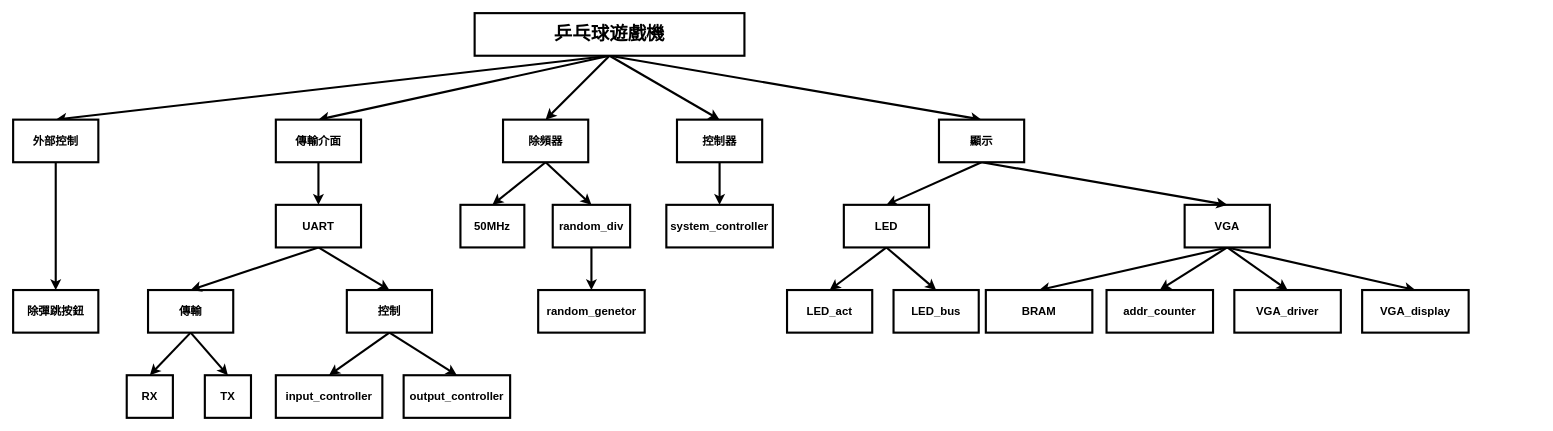
HOURFA/LAB_pingponggame keeps this draw.io diagram as page "Breakdown" (1 of 7) of drawio/FPGA_PINGPONGGAME.drawio. Above is the earlier version. Source tidied: cells renumbered, new cells numbered last; positions are measured from the earlier drawing's top-left corner, leaving out a move shared by most shapes. Both pictures are drawn from the tidied source at 71%, with x=0, y=0 at pixel (13, 13).
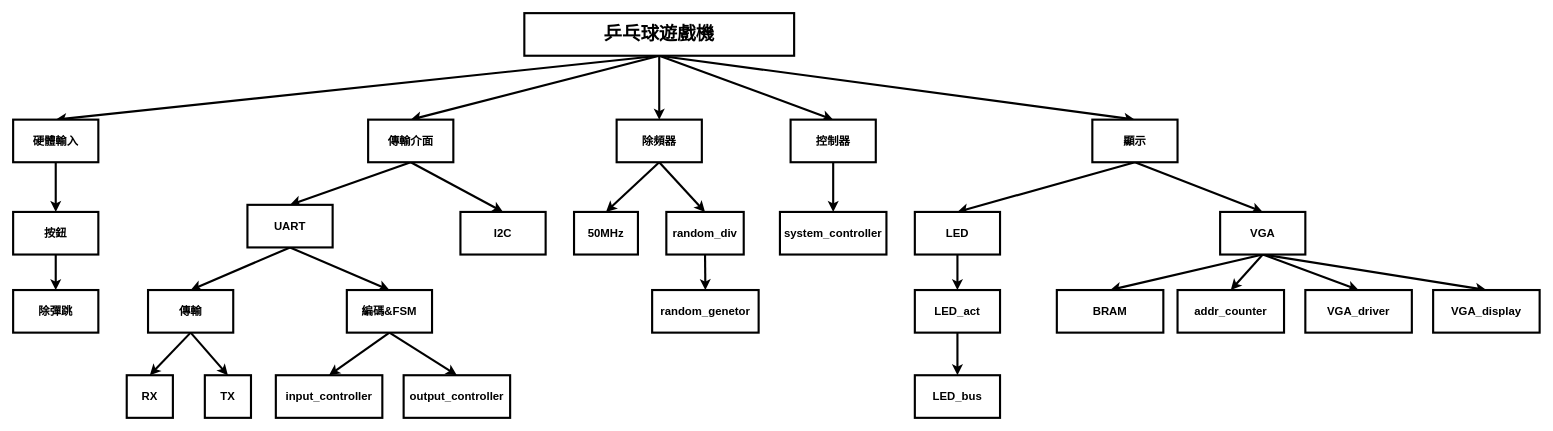
After the change.

What changed in the source:
```diff
@@
     <mxCell id="7" value="&lt;font style=&quot;font-size: 26px;&quot;&gt;乒乓球遊戲機&lt;/font&gt;" style="rounded=0;whiteSpace=wrap;html=1;fontStyle=1;strokeWidth=3;fontSize=16;" parent="1" vertex="1">
-      <mxGeometry x="650" width="380" height="60" as="geometry" />
+      <mxGeometry x="720" width="380" height="60" as="geometry" />
     </mxCell>
@@
-    <mxCell id="9" value="外部控制" style="rounded=0;whiteSpace=wrap;html=1;fontStyle=1;strokeWidth=3;fontSize=16;" parent="1" vertex="1">
+    <mxCell id="9" value="硬體輸入" style="rounded=0;whiteSpace=wrap;html=1;fontStyle=1;strokeWidth=3;fontSize=16;" parent="1" vertex="1">
       <mxGeometry y="150" width="120" height="60" as="geometry" />
     </mxCell>
@@
+    <mxCell id="53" style="rounded=0;jettySize=auto;html=1;exitX=0.5;exitY=1;exitDx=0;exitDy=0;entryX=0.5;entryY=0;entryDx=0;entryDy=0;strokeWidth=3;" parent="1" edge="1" source="11" target="56">
+      <mxGeometry relative="1" as="geometry" />
+    </mxCell>
     <mxCell id="11" value="傳輸介面" style="rounded=0;whiteSpace=wrap;html=1;fontStyle=1;strokeWidth=3;fontSize=16;" parent="1" vertex="1">
-      <mxGeometry x="370" y="150" width="120" height="60" as="geometry" />
+      <mxGeometry x="500" y="150" width="120" height="60" as="geometry" />
     </mxCell>
@@
     <mxCell id="14" value="除頻器" style="rounded=0;whiteSpace=wrap;html=1;fontStyle=1;strokeWidth=3;fontSize=16;" parent="1" vertex="1">
-      <mxGeometry x="690" y="150" width="120" height="60" as="geometry" />
+      <mxGeometry x="850" y="150" width="120" height="60" as="geometry" />
     </mxCell>
@@
     <mxCell id="16" value="控制器" style="rounded=0;whiteSpace=wrap;html=1;fontStyle=1;strokeWidth=3;fontSize=16;" parent="1" vertex="1">
-      <mxGeometry x="935" y="150" width="120" height="60" as="geometry" />
+      <mxGeometry x="1095" y="150" width="120" height="60" as="geometry" />
     </mxCell>
     <mxCell id="17" value="system_controller" style="rounded=0;whiteSpace=wrap;html=1;fontStyle=1;strokeWidth=3;fontSize=16;" parent="1" vertex="1">
-      <mxGeometry x="920" y="270" width="150" height="60" as="geometry" />
+      <mxGeometry x="1080" y="280" width="150" height="60" as="geometry" />
     </mxCell>
     <mxCell id="18" value="50MHz" style="rounded=0;whiteSpace=wrap;html=1;fontStyle=1;strokeWidth=3;fontSize=16;" parent="1" vertex="1">
-      <mxGeometry x="630" y="270" width="90" height="60" as="geometry" />
+      <mxGeometry x="790" y="280" width="90" height="60" as="geometry" />
     </mxCell>
@@
     <mxCell id="20" value="random_div" style="rounded=0;whiteSpace=wrap;html=1;fontStyle=1;strokeWidth=3;fontSize=16;" parent="1" vertex="1">
-      <mxGeometry x="760" y="270" width="109" height="60" as="geometry" />
+      <mxGeometry x="920" y="280" width="109" height="60" as="geometry" />
     </mxCell>
@@
     <mxCell id="25" value="VGA" style="rounded=0;whiteSpace=wrap;html=1;fontStyle=1;strokeWidth=3;fontSize=16;" parent="1" vertex="1">
-      <mxGeometry x="1650" y="270" width="120" height="60" as="geometry" />
+      <mxGeometry x="1700" y="280" width="120" height="60" as="geometry" />
     </mxCell>
     <mxCell id="26" value="BRAM" style="rounded=0;whiteSpace=wrap;html=1;fontStyle=1;strokeWidth=3;fontSize=16;" parent="1" vertex="1">
-      <mxGeometry x="1370" y="390" width="150" height="60" as="geometry" />
+      <mxGeometry x="1470" y="390" width="150" height="60" as="geometry" />
     </mxCell>
     <mxCell id="27" value="addr_counter" style="rounded=0;whiteSpace=wrap;html=1;fontStyle=1;strokeWidth=3;fontSize=16;" parent="1" vertex="1">
-      <mxGeometry x="1540" y="390" width="150" height="60" as="geometry" />
+      <mxGeometry x="1640" y="390" width="150" height="60" as="geometry" />
     </mxCell>
     <mxCell id="28" value="VGA_driver" style="rounded=0;whiteSpace=wrap;html=1;fontStyle=1;strokeWidth=3;fontSize=16;" parent="1" vertex="1">
-      <mxGeometry x="1720" y="390" width="150" height="60" as="geometry" />
+      <mxGeometry x="1820" y="390" width="150" height="60" as="geometry" />
     </mxCell>
     <mxCell id="29" value="VGA_display" style="rounded=0;whiteSpace=wrap;html=1;fontStyle=1;strokeWidth=3;fontSize=16;" parent="1" vertex="1">
-      <mxGeometry x="1900" y="390" width="150" height="60" as="geometry" />
+      <mxGeometry x="2000" y="390" width="150" height="60" as="geometry" />
     </mxCell>
@@
     <mxCell id="32" value="顯示" style="rounded=0;whiteSpace=wrap;html=1;fontStyle=1;strokeWidth=3;fontSize=16;" parent="1" vertex="1">
-      <mxGeometry x="1304" y="150" width="120" height="60" as="geometry" />
+      <mxGeometry x="1520" y="150" width="120" height="60" as="geometry" />
     </mxCell>
-    <mxCell id="33" style="edgeStyle=none;rounded=0;jettySize=auto;html=1;exitX=0.5;exitY=1;exitDx=0;exitDy=0;entryX=0.5;entryY=0;entryDx=0;entryDy=0;fontSize=26;strokeWidth=3;" parent="1" edge="1" source="35" target="51">
-      <mxGeometry relative="1" as="geometry" />
-    </mxCell>
@@
     <mxCell id="35" value="LED" style="rounded=0;whiteSpace=wrap;html=1;fontStyle=1;strokeWidth=3;fontSize=16;" parent="1" vertex="1">
-      <mxGeometry x="1170" y="270" width="120" height="60" as="geometry" />
+      <mxGeometry x="1270" y="280" width="120" height="60" as="geometry" />
     </mxCell>
     <mxCell id="36" value="random_genetor" style="rounded=0;whiteSpace=wrap;html=1;fontStyle=1;strokeWidth=3;fontSize=16;" parent="1" vertex="1">
-      <mxGeometry x="739.5" y="390" width="150" height="60" as="geometry" />
+      <mxGeometry x="900" y="390" width="150" height="60" as="geometry" />
     </mxCell>
+    <mxCell id="54" style="edgeStyle=orthogonalEdgeStyle;rounded=0;jettySize=auto;html=1;exitX=0.5;exitY=1;exitDx=0;exitDy=0;entryX=0.5;entryY=0;entryDx=0;entryDy=0;strokeWidth=3;" parent="1" edge="1" source="37" target="57">
+      <mxGeometry relative="1" as="geometry" />
+    </mxCell>
-    <mxCell id="37" value="除彈跳按鈕" style="rounded=0;whiteSpace=wrap;html=1;fontStyle=1;strokeWidth=3;fontSize=16;" parent="1" vertex="1">
-      <mxGeometry y="390" width="120" height="60" as="geometry" />
+    <mxCell id="37" value="按鈕" style="rounded=0;whiteSpace=wrap;html=1;fontStyle=1;strokeWidth=3;fontSize=16;" parent="1" vertex="1">
+      <mxGeometry y="280" width="120" height="60" as="geometry" />
     </mxCell>
@@
-    <mxCell id="43" value="控制" style="rounded=0;whiteSpace=wrap;html=1;fontStyle=1;strokeWidth=3;fontSize=16;" parent="1" vertex="1">
+    <mxCell id="43" value="編碼&amp;amp;FSM" style="rounded=0;whiteSpace=wrap;html=1;fontStyle=1;strokeWidth=3;fontSize=16;" parent="1" vertex="1">
       <mxGeometry x="470" y="390" width="120" height="60" as="geometry" />
     </mxCell>
@@
     <mxCell id="50" value="UART" style="rounded=0;whiteSpace=wrap;html=1;fontStyle=1;strokeWidth=3;fontSize=16;" parent="1" vertex="1">
-      <mxGeometry x="370" y="270" width="120" height="60" as="geometry" />
+      <mxGeometry x="330" y="270" width="120" height="60" as="geometry" />
     </mxCell>
+    <mxCell id="55" style="edgeStyle=orthogonalEdgeStyle;rounded=0;jettySize=auto;html=1;exitX=0.5;exitY=1;exitDx=0;exitDy=0;entryX=0.5;entryY=0;entryDx=0;entryDy=0;strokeWidth=3;" parent="1" edge="1" source="52" target="51">
+      <mxGeometry relative="1" as="geometry" />
+    </mxCell>
+    <mxCell id="52" value="LED_act" style="rounded=0;whiteSpace=wrap;html=1;fontStyle=1;strokeWidth=3;fontSize=16;" parent="1" vertex="1">
+      <mxGeometry x="1270" y="390" width="120" height="60" as="geometry" />
+    </mxCell>
+    <mxCell id="56" value="I2C" style="rounded=0;whiteSpace=wrap;html=1;fontStyle=1;strokeWidth=3;fontSize=16;" parent="1" vertex="1">
+      <mxGeometry x="630" y="280" width="120" height="60" as="geometry" />
+    </mxCell>
+    <mxCell id="57" value="除彈跳" style="rounded=0;whiteSpace=wrap;html=1;fontStyle=1;strokeWidth=3;fontSize=16;" parent="1" vertex="1">
+      <mxGeometry y="390" width="120" height="60" as="geometry" />
+    </mxCell>
     <mxCell id="51" value="LED_bus" style="rounded=0;whiteSpace=wrap;html=1;fontStyle=1;strokeWidth=3;fontSize=16;" parent="1" vertex="1">
-      <mxGeometry x="1240" y="390" width="120" height="60" as="geometry" />
+      <mxGeometry x="1270" y="510" width="120" height="60" as="geometry" />
     </mxCell>
-    <mxCell id="52" value="LED_act" style="rounded=0;whiteSpace=wrap;html=1;fontStyle=1;strokeWidth=3;fontSize=16;" parent="1" vertex="1">
-      <mxGeometry x="1090" y="390" width="120" height="60" as="geometry" />
-    </mxCell>
```
